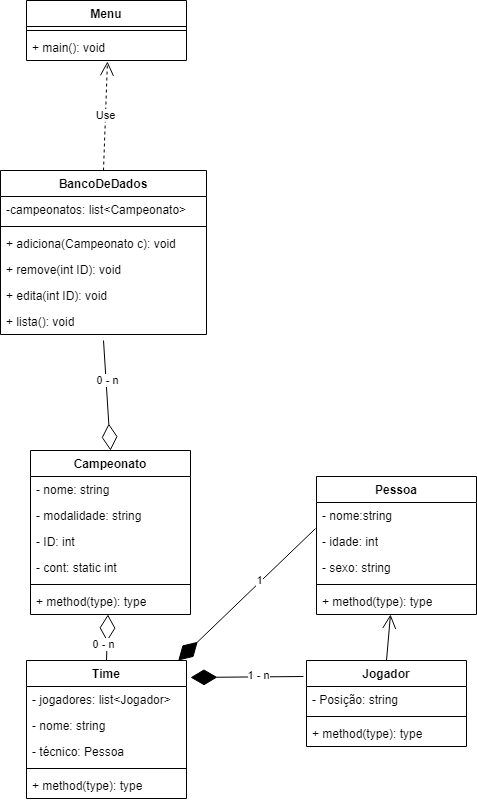
Before: p2_poo.drawio.png, a diagram exported from draw.io (SergioBerteli/p2_poo). Source tidied: cells renumbered, new cells last; positions are measured from the earlier drawing's top-left corner, leaving out a move shared by most shapes.
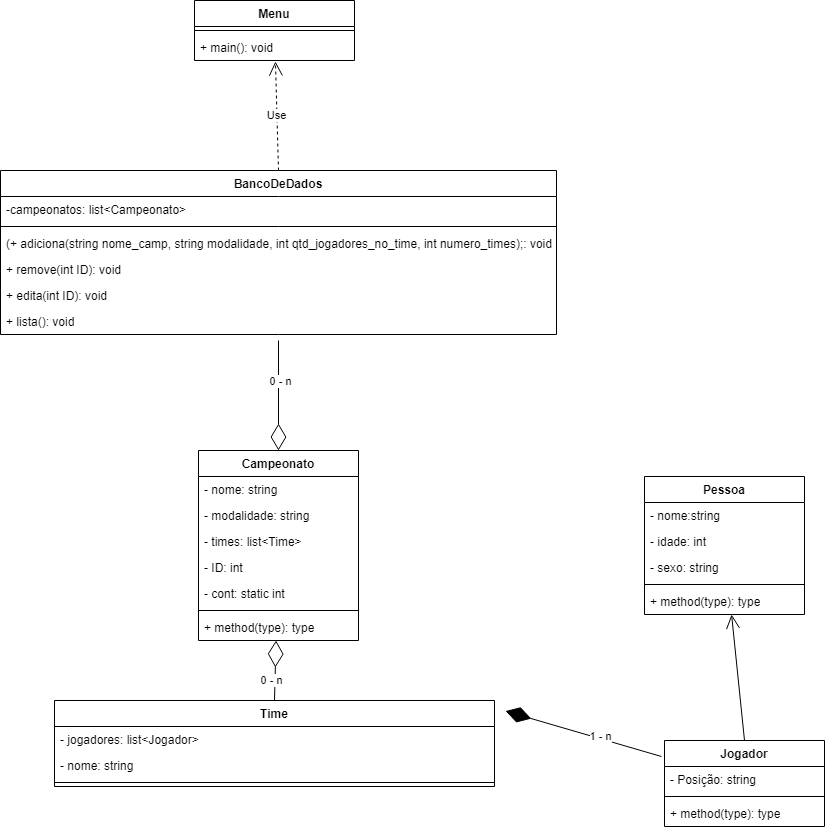
The same diagram one commit later.

The edit, as a diff of the source:
```diff
@@ -12,28 +12,28 @@
       <mxGeometry y="34" width="160" height="26" as="geometry" />
     </mxCell>
     <mxCell id="5" value="BancoDeDados" style="swimlane;fontStyle=1;align=center;verticalAlign=top;horizontal=1;startSize=26;whiteSpace=wrap;html=1;" parent="1" vertex="1">
-      <mxGeometry y="170" width="206" height="164" as="geometry" />
+      <mxGeometry x="-168" y="170" width="556" height="164" as="geometry" />
     </mxCell>
     <mxCell id="6" value="-campeonatos:&amp;nbsp;list&amp;lt;Campeonato&amp;gt;" style="text;strokeColor=none;fillColor=none;align=left;verticalAlign=top;spacingLeft=4;spacingRight=4;overflow=hidden;whiteSpace=wrap;html=1;" parent="5" vertex="1">
-      <mxGeometry y="26" width="206" height="26" as="geometry" />
+      <mxGeometry y="26" width="556" height="26" as="geometry" />
     </mxCell>
     <mxCell id="7" style="line;strokeWidth=1;fillColor=none;align=left;verticalAlign=middle;spacingTop=-1;spacingLeft=3;spacingRight=3;labelPosition=right;strokeColor=inherit;" parent="5" vertex="1">
-      <mxGeometry y="52" width="206" height="8" as="geometry" />
+      <mxGeometry y="52" width="556" height="8" as="geometry" />
     </mxCell>
-    <mxCell id="8" value="+ adiciona(Campeonato c): void" style="text;strokeColor=none;fillColor=none;align=left;verticalAlign=top;spacingLeft=4;spacingRight=4;overflow=hidden;whiteSpace=wrap;html=1;" parent="5" vertex="1">
-      <mxGeometry y="60" width="206" height="26" as="geometry" />
+    <mxCell id="8" value="(+ adiciona(string nome_camp, string modalidade, int qtd_jogadores_no_time, int numero_times);: void" style="text;strokeColor=none;fillColor=none;align=left;verticalAlign=top;spacingLeft=4;spacingRight=4;overflow=hidden;whiteSpace=wrap;html=1;" parent="5" vertex="1">
+      <mxGeometry y="60" width="556" height="26" as="geometry" />
     </mxCell>
     <mxCell id="9" value="+ remove(int ID): void" style="text;strokeColor=none;fillColor=none;align=left;verticalAlign=top;spacingLeft=4;spacingRight=4;overflow=hidden;whiteSpace=wrap;html=1;" parent="5" vertex="1">
-      <mxGeometry y="86" width="206" height="26" as="geometry" />
+      <mxGeometry y="86" width="556" height="26" as="geometry" />
     </mxCell>
     <mxCell id="10" value="+ edita(int ID): void" style="text;strokeColor=none;fillColor=none;align=left;verticalAlign=top;spacingLeft=4;spacingRight=4;overflow=hidden;whiteSpace=wrap;html=1;" parent="5" vertex="1">
-      <mxGeometry y="112" width="206" height="26" as="geometry" />
+      <mxGeometry y="112" width="556" height="26" as="geometry" />
     </mxCell>
     <mxCell id="11" value="+ lista(): void" style="text;strokeColor=none;fillColor=none;align=left;verticalAlign=top;spacingLeft=4;spacingRight=4;overflow=hidden;points=[[0,0.5],[1,0.5]];portConstraint=eastwest;whiteSpace=wrap;html=1;" parent="5" vertex="1">
-      <mxGeometry y="138" width="206" height="26" as="geometry" />
+      <mxGeometry y="138" width="556" height="26" as="geometry" />
     </mxCell>
     <mxCell id="12" value="Campeonato" style="swimlane;fontStyle=1;align=center;verticalAlign=top;horizontal=1;startSize=26;whiteSpace=wrap;html=1;" parent="1" vertex="1">
-      <mxGeometry x="30" y="450" width="160" height="164" as="geometry" />
+      <mxGeometry x="30" y="450" width="160" height="190" as="geometry" />
     </mxCell>
     <mxCell id="13" value="- nome: string" style="text;strokeColor=none;fillColor=none;align=left;verticalAlign=top;spacingLeft=4;spacingRight=4;overflow=hidden;whiteSpace=wrap;html=1;" parent="12" vertex="1">
       <mxGeometry y="26" width="160" height="26" as="geometry" />
@@ -41,17 +41,20 @@
     <mxCell id="14" value="- modalidade: string" style="text;strokeColor=none;fillColor=none;align=left;verticalAlign=top;spacingLeft=4;spacingRight=4;overflow=hidden;whiteSpace=wrap;html=1;" parent="12" vertex="1">
       <mxGeometry y="52" width="160" height="26" as="geometry" />
     </mxCell>
+    <mxCell id="45" value="- times: list&amp;lt;Time&amp;gt;" style="text;strokeColor=none;fillColor=none;align=left;verticalAlign=top;spacingLeft=4;spacingRight=4;overflow=hidden;whiteSpace=wrap;html=1;" parent="12" vertex="1">
+      <mxGeometry y="78" width="160" height="26" as="geometry" />
+    </mxCell>
     <mxCell id="15" value="- ID: int" style="text;strokeColor=none;fillColor=none;align=left;verticalAlign=top;spacingLeft=4;spacingRight=4;overflow=hidden;whiteSpace=wrap;html=1;" parent="12" vertex="1">
-      <mxGeometry y="78" width="160" height="26" as="geometry" />
+      <mxGeometry y="104" width="160" height="26" as="geometry" />
     </mxCell>
     <mxCell id="16" value="- cont: static int" style="text;strokeColor=none;fillColor=none;align=left;verticalAlign=top;spacingLeft=4;spacingRight=4;overflow=hidden;whiteSpace=wrap;html=1;" parent="12" vertex="1">
-      <mxGeometry y="104" width="160" height="26" as="geometry" />
+      <mxGeometry y="130" width="160" height="26" as="geometry" />
     </mxCell>
     <mxCell id="17" style="line;strokeWidth=1;fillColor=none;align=left;verticalAlign=middle;spacingTop=-1;spacingLeft=3;spacingRight=3;labelPosition=right;strokeColor=inherit;" parent="12" vertex="1">
-      <mxGeometry y="130" width="160" height="8" as="geometry" />
+      <mxGeometry y="156" width="160" height="8" as="geometry" />
     </mxCell>
     <mxCell id="18" value="+ method(type): type" style="text;strokeColor=none;fillColor=none;align=left;verticalAlign=top;spacingLeft=4;spacingRight=4;overflow=hidden;whiteSpace=wrap;html=1;" parent="12" vertex="1">
-      <mxGeometry y="138" width="160" height="26" as="geometry" />
+      <mxGeometry y="164" width="160" height="26" as="geometry" />
     </mxCell>
     <mxCell id="19" value="Use" style="endArrow=open;endSize=12;dashed=1;html=1;rounded=0;exitX=0.5;exitY=0;exitDx=0;exitDy=0;entryX=0.506;entryY=1.038;entryDx=0;entryDy=0;entryPerimeter=0;" parent="1" edge="1" source="5" target="4">
       <mxGeometry relative="1" as="geometry" />
@@ -63,25 +66,19 @@
       <mxGeometry x="-0.27" y="1" relative="1" as="geometry" />
     </mxCell>
     <mxCell id="22" value="Time" style="swimlane;fontStyle=1;align=center;verticalAlign=top;horizontal=1;startSize=26;whiteSpace=wrap;html=1;" parent="1" vertex="1">
-      <mxGeometry x="26" y="660" width="160" height="138" as="geometry" />
+      <mxGeometry x="-114" y="700" width="440" height="86" as="geometry" />
     </mxCell>
     <mxCell id="23" value="- jogadores: list&amp;lt;Jogador&amp;gt;" style="text;strokeColor=none;fillColor=none;align=left;verticalAlign=top;spacingLeft=4;spacingRight=4;overflow=hidden;whiteSpace=wrap;html=1;" parent="22" vertex="1">
-      <mxGeometry y="26" width="160" height="26" as="geometry" />
+      <mxGeometry y="26" width="440" height="26" as="geometry" />
     </mxCell>
     <mxCell id="24" value="- nome: string" style="text;strokeColor=none;fillColor=none;align=left;verticalAlign=top;spacingLeft=4;spacingRight=4;overflow=hidden;whiteSpace=wrap;html=1;" parent="22" vertex="1">
-      <mxGeometry y="52" width="160" height="26" as="geometry" />
+      <mxGeometry y="52" width="440" height="26" as="geometry" />
     </mxCell>
-    <mxCell id="25" value="- técnico: Pessoa" style="text;strokeColor=none;fillColor=none;align=left;verticalAlign=top;spacingLeft=4;spacingRight=4;overflow=hidden;whiteSpace=wrap;html=1;" parent="22" vertex="1">
-      <mxGeometry y="78" width="160" height="26" as="geometry" />
-    </mxCell>
     <mxCell id="26" style="line;strokeWidth=1;fillColor=none;align=left;verticalAlign=middle;spacingTop=-1;spacingLeft=3;spacingRight=3;labelPosition=right;strokeColor=inherit;" parent="22" vertex="1">
-      <mxGeometry y="104" width="160" height="8" as="geometry" />
+      <mxGeometry y="78" width="440" height="8" as="geometry" />
     </mxCell>
-    <mxCell id="27" value="+ method(type): type" style="text;strokeColor=none;fillColor=none;align=left;verticalAlign=top;spacingLeft=4;spacingRight=4;overflow=hidden;whiteSpace=wrap;html=1;" parent="22" vertex="1">
-      <mxGeometry y="112" width="160" height="26" as="geometry" />
-    </mxCell>
     <mxCell id="28" value="Jogador" style="swimlane;fontStyle=1;align=center;verticalAlign=top;horizontal=1;startSize=26;whiteSpace=wrap;html=1;" parent="1" vertex="1">
-      <mxGeometry x="306" y="660" width="160" height="86" as="geometry" />
+      <mxGeometry x="496" y="740" width="160" height="86" as="geometry" />
     </mxCell>
     <mxCell id="29" value="- Posição: string" style="text;strokeColor=none;fillColor=none;align=left;verticalAlign=top;spacingLeft=4;spacingRight=4;overflow=hidden;whiteSpace=wrap;html=1;" parent="28" vertex="1">
       <mxGeometry y="26" width="160" height="26" as="geometry" />
@@ -105,7 +102,7 @@
       <mxGeometry x="-0.2" y="-2" relative="1" as="geometry" />
     </mxCell>
     <mxCell id="36" value="Pessoa" style="swimlane;fontStyle=1;align=center;verticalAlign=top;horizontal=1;startSize=26;whiteSpace=wrap;html=1;" parent="1" vertex="1">
-      <mxGeometry x="316" y="476" width="160" height="138" as="geometry" />
+      <mxGeometry x="476" y="476" width="160" height="138" as="geometry" />
     </mxCell>
     <mxCell id="37" value="- nome:string" style="text;strokeColor=none;fillColor=none;align=left;verticalAlign=top;spacingLeft=4;spacingRight=4;overflow=hidden;points=[[0,0.5],[1,0.5]];portConstraint=eastwest;whiteSpace=wrap;html=1;" parent="36" vertex="1">
       <mxGeometry y="26" width="160" height="26" as="geometry" />
@@ -122,12 +119,6 @@
     <mxCell id="41" value="+ method(type): type" style="text;strokeColor=none;fillColor=none;align=left;verticalAlign=top;spacingLeft=4;spacingRight=4;overflow=hidden;whiteSpace=wrap;html=1;" parent="36" vertex="1">
       <mxGeometry y="112" width="160" height="26" as="geometry" />
     </mxCell>
-    <mxCell id="42" style="endArrow=diamondThin;endFill=1;endSize=24;html=1;rounded=0;exitX=-0.006;exitY=1;exitDx=0;exitDy=0;exitPerimeter=0;" parent="1" edge="1" source="37" target="22">
-      <mxGeometry relative="1" as="geometry" />
-    </mxCell>
-    <mxCell id="43" value="1" style="edgeLabel;html=1;align=center;verticalAlign=middle;" parent="42" vertex="1">
-      <mxGeometry x="-0.2" y="-2" relative="1" as="geometry" />
-    </mxCell>
     <mxCell id="44" style="endArrow=open;endFill=1;endSize=12;html=1;rounded=0;exitX=0.5;exitY=0;exitDx=0;exitDy=0;" parent="1" edge="1" source="28" target="36">
       <mxGeometry relative="1" as="geometry" />
     </mxCell>
```
